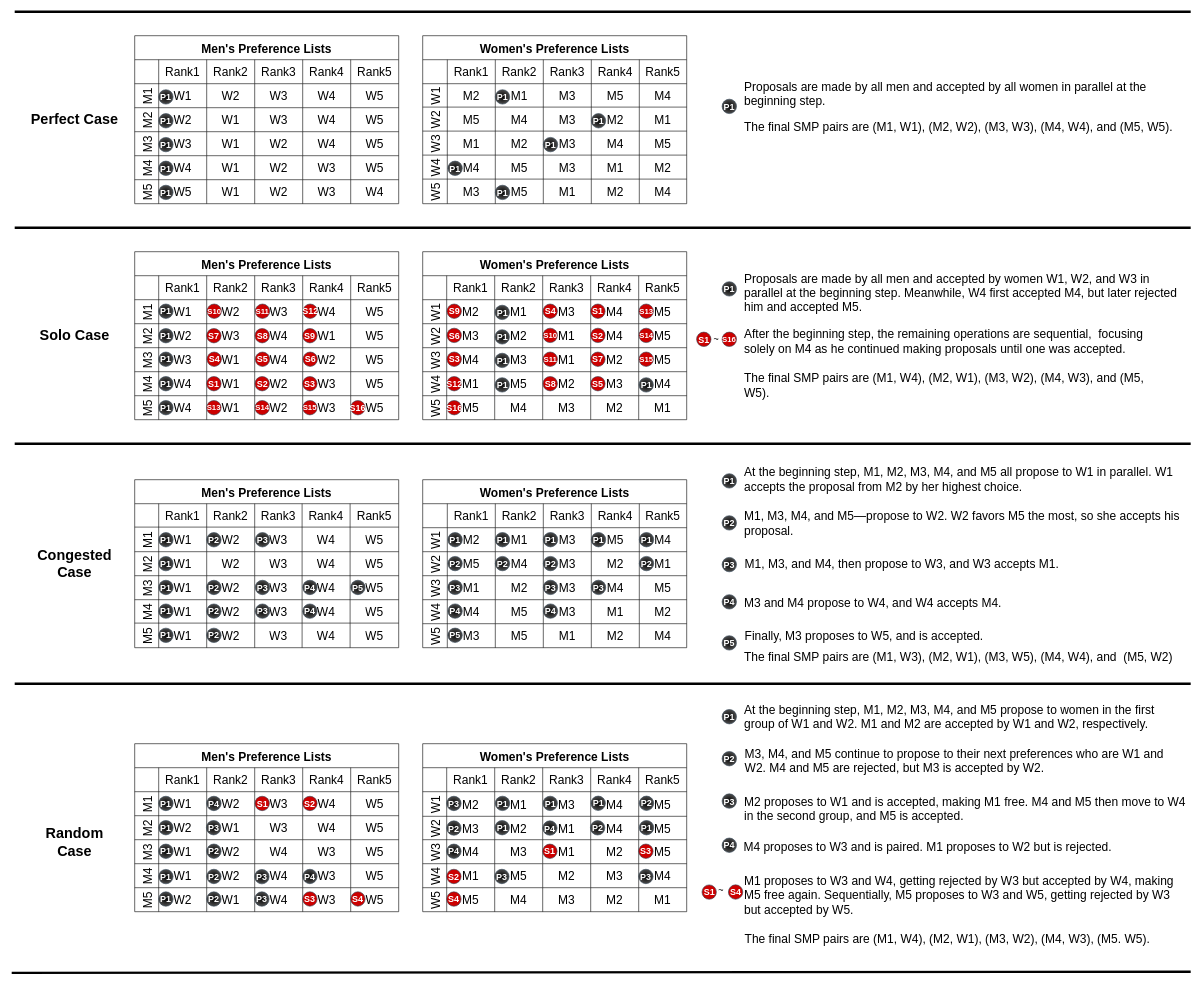
victorliu-sq/BambooSMP-Figures keeps this draw.io diagram as MoreWorkloads.drawio. Above is the earlier version. Source tidied: cells renumbered, new cells numbered last; positions are measured from the earlier drawing's top-left corner, leaving out a move shared by most shapes. Both pictures are drawn from the tidied source at 60%, with x=0, y=0 at pixel (11, 11).
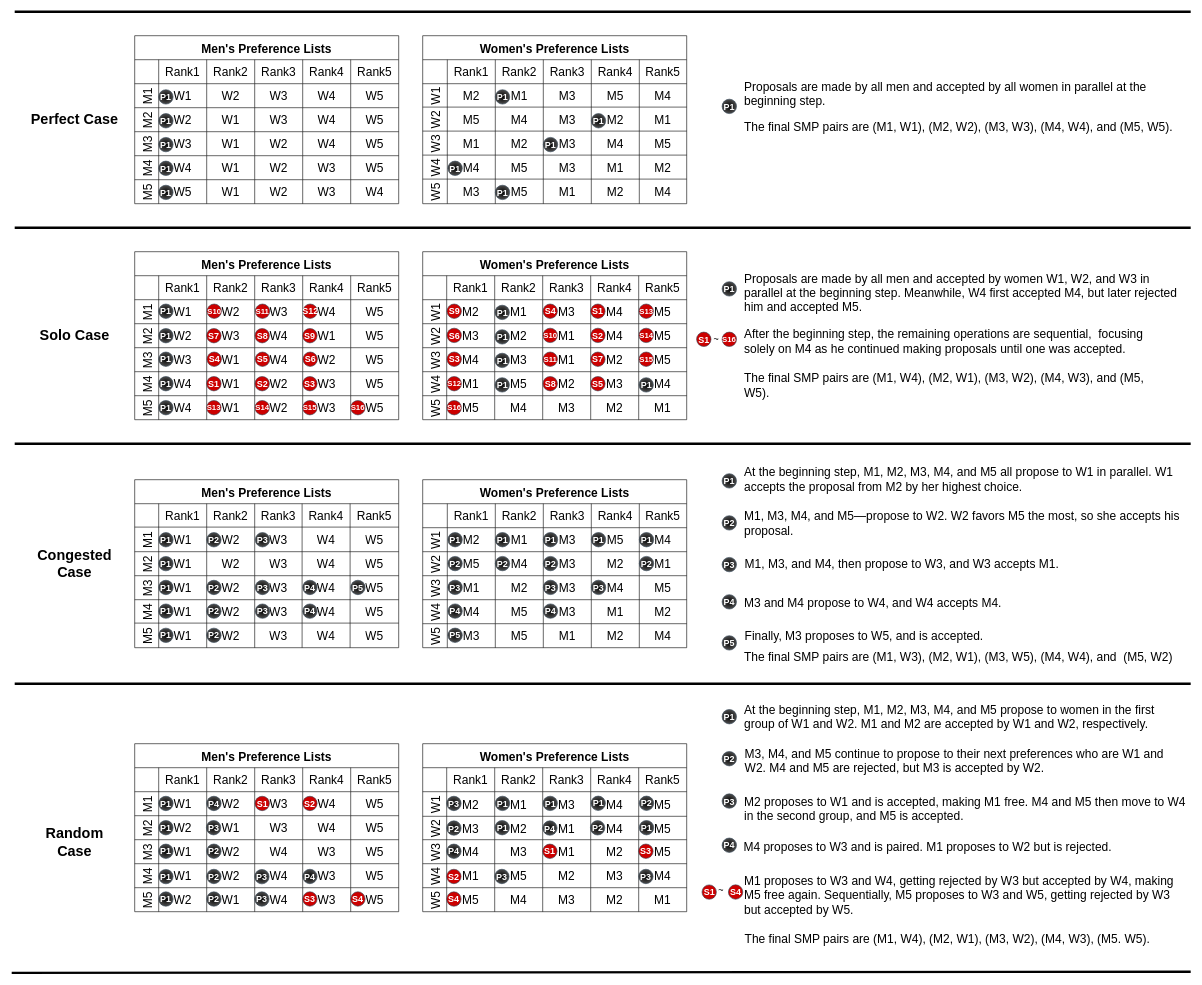
The same page after the edit.

The edit, as a diff of the source:
```diff
@@
-    <mxCell id="252" value="S16" style="ellipse;whiteSpace=wrap;html=1;strokeColor=#314354;align=center;verticalAlign=middle;fontFamily=Helvetica;fontSize=15;fillColor=#CC0000;fontColor=#ffffff;gradientColor=none;fillStyle=solid;strokeWidth=1;fontStyle=1;gradientDirection=radial;" parent="1" vertex="1">
+    <mxCell id="252" value="S16" style="ellipse;whiteSpace=wrap;html=1;strokeColor=#314354;align=center;verticalAlign=middle;fontFamily=Helvetica;fontSize=13;fillColor=#CC0000;fontColor=#ffffff;gradientColor=none;fillStyle=solid;strokeWidth=1;fontStyle=1;gradientDirection=radial;" parent="1" vertex="1">
       <mxGeometry x="565" y="648" width="24" height="24" as="geometry" />
     </mxCell>
@@
-    <mxCell id="308" value="S12" style="ellipse;whiteSpace=wrap;html=1;strokeColor=#314354;align=center;verticalAlign=middle;fontFamily=Helvetica;fontSize=15;fillColor=#CC0000;fontColor=#ffffff;gradientColor=none;fillStyle=solid;strokeWidth=1;fontStyle=1;gradientDirection=radial;" parent="1" vertex="1">
+    <mxCell id="308" value="S12" style="ellipse;whiteSpace=wrap;html=1;strokeColor=#314354;align=center;verticalAlign=middle;fontFamily=Helvetica;fontSize=13;fillColor=#CC0000;fontColor=#ffffff;gradientColor=none;fillStyle=solid;strokeWidth=1;fontStyle=1;gradientDirection=radial;" parent="1" vertex="1">
       <mxGeometry x="725.5" y="608" width="24" height="24" as="geometry" />
     </mxCell>
-    <mxCell id="309" value="S16" style="ellipse;whiteSpace=wrap;html=1;strokeColor=#314354;align=center;verticalAlign=middle;fontFamily=Helvetica;fontSize=15;fillColor=#CC0000;fontColor=#ffffff;gradientColor=none;fillStyle=solid;strokeWidth=1;fontStyle=1;gradientDirection=radial;" parent="1" vertex="1">
+    <mxCell id="309" value="S16" style="ellipse;whiteSpace=wrap;html=1;strokeColor=#314354;align=center;verticalAlign=middle;fontFamily=Helvetica;fontSize=13;fillColor=#CC0000;fontColor=#ffffff;gradientColor=none;fillStyle=solid;strokeWidth=1;fontStyle=1;gradientDirection=radial;" parent="1" vertex="1">
       <mxGeometry x="725.5" y="648" width="24" height="24" as="geometry" />
     </mxCell>
```
